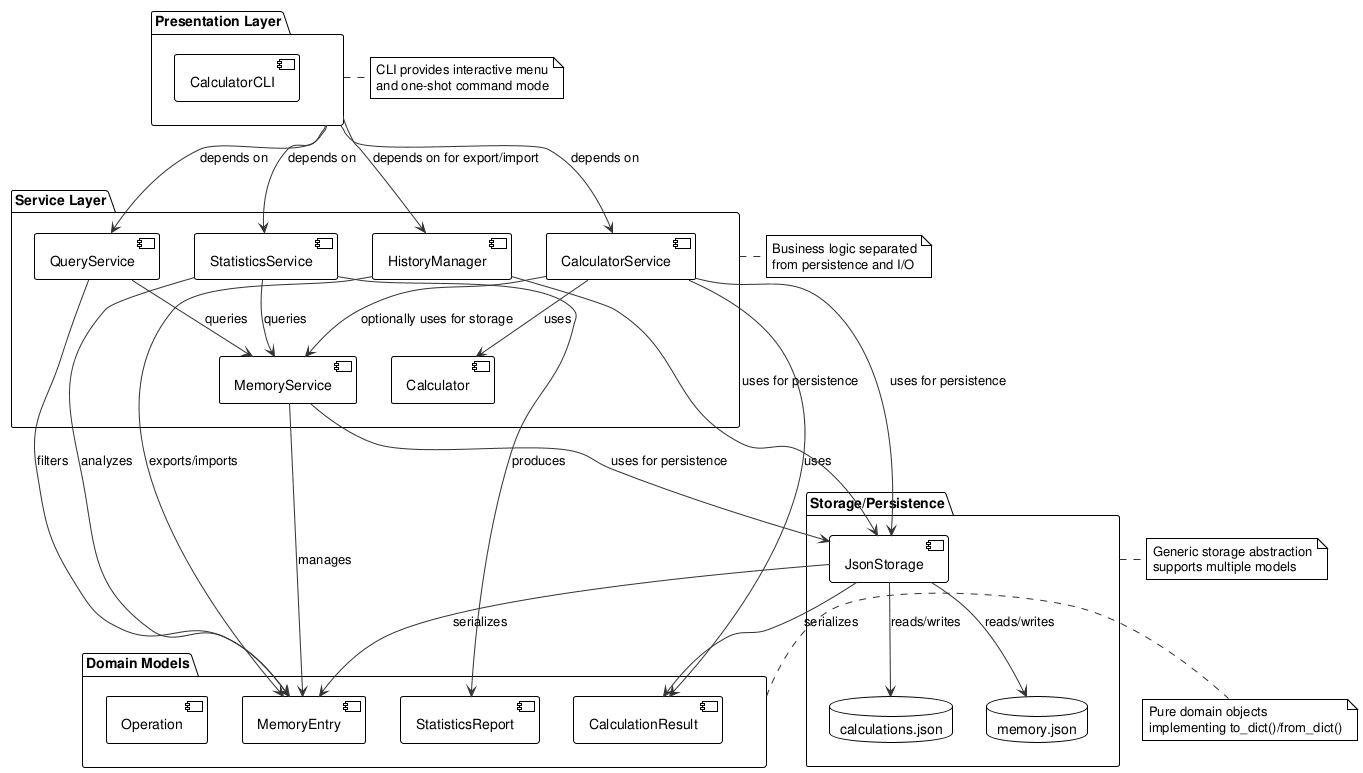
Earlier version of the PlantUML export experiments/broadcast/structured_text/calculator/artifacts/architecture_diagram.png (DanielRiha8906/Software_autoevolution_using_agents).
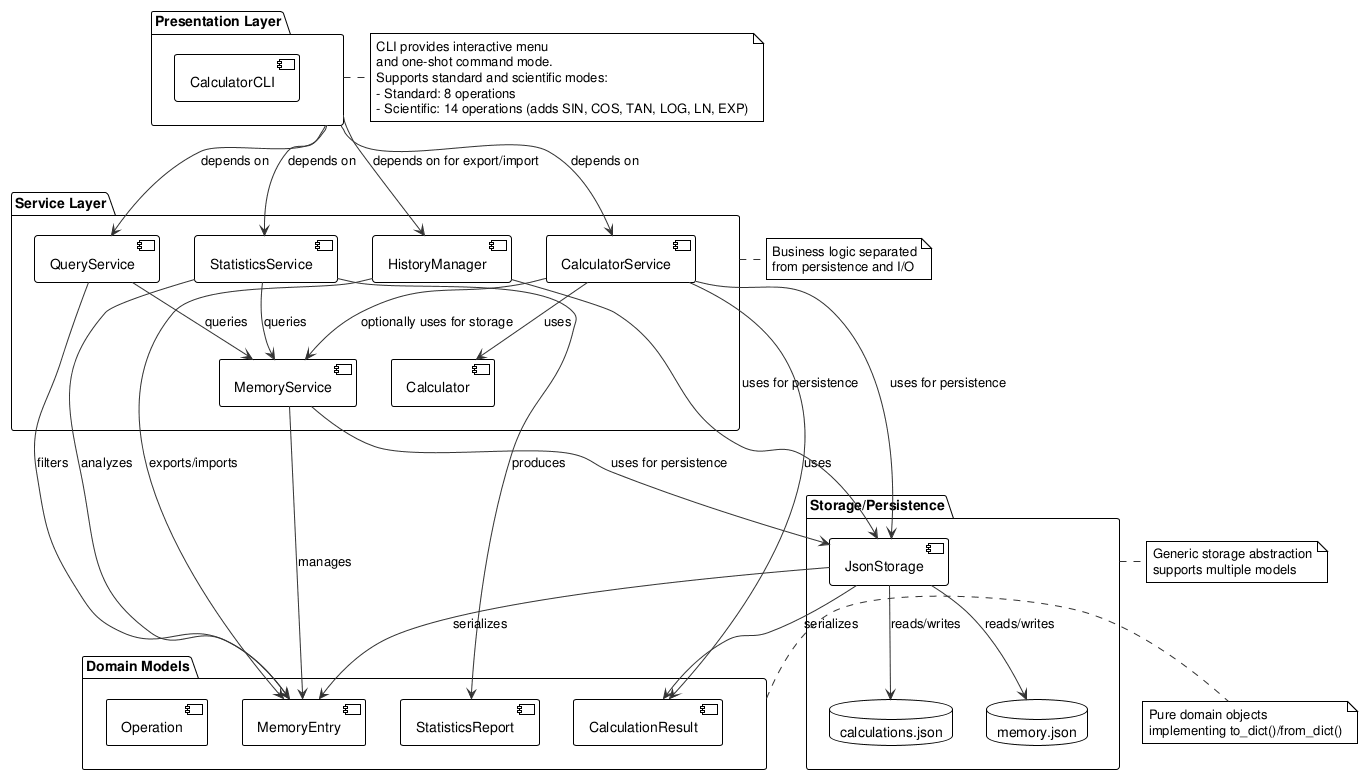
Above is the later version.

Change to the diagram source:
```diff
@@ -61,7 +61,10 @@
 
 note right of Presentation
   CLI provides interactive menu
-  and one-shot command mode
+  and one-shot command mode.
+  Supports standard and scientific modes:
+  - Standard: 8 operations
+  - Scientific: 14 operations (adds SIN, COS, TAN, LOG, LN, EXP)
 end note
 
 note right of Services
```
